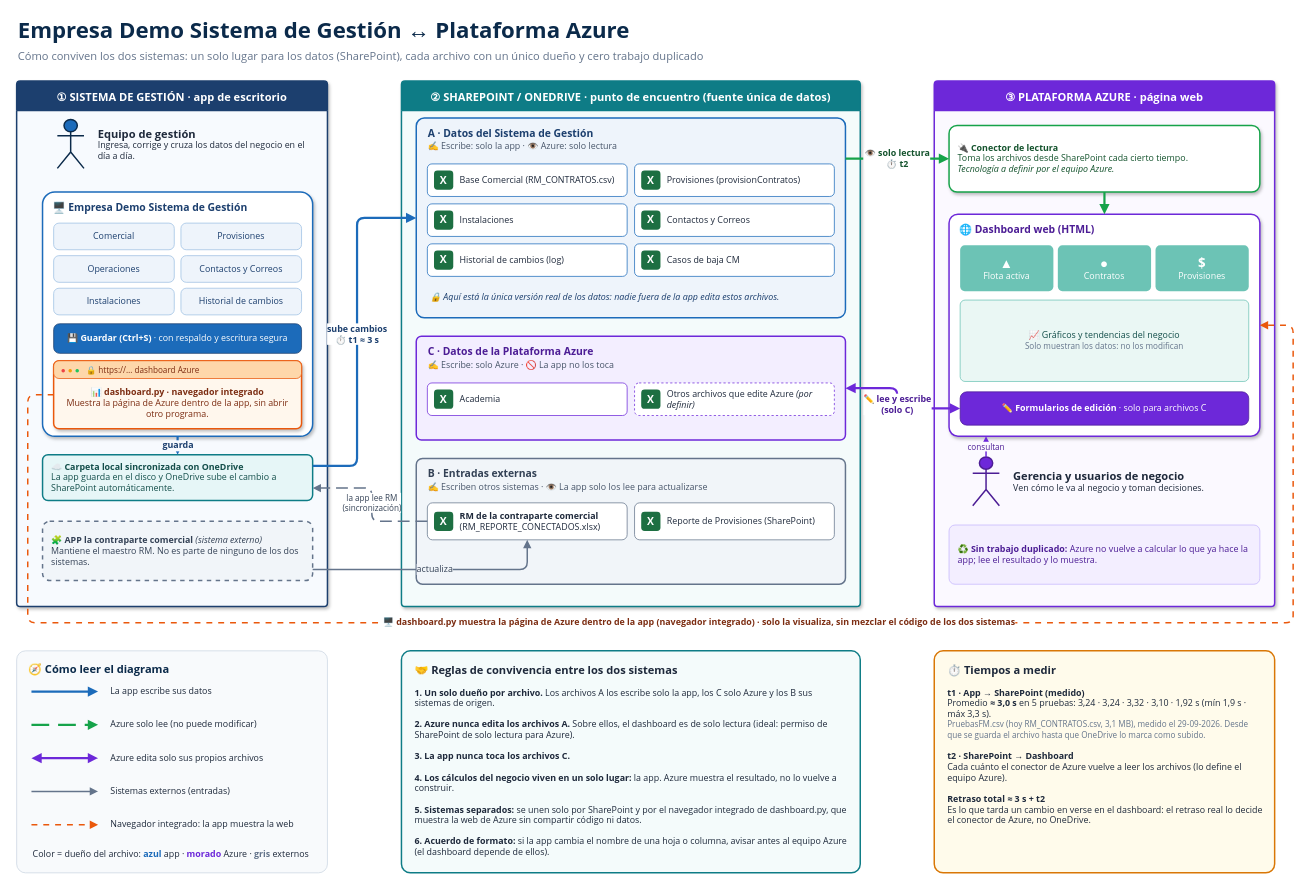
felipeMon20/PTY4614-302-EQUIPO-2 keeps this draw.io diagram as Fase 2/Evidencias Proyecto/Evidencias de documentación/diagramas/comunicacion_gestion_azure.drawio. Above is the earlier version. Source tidied: cells renumbered, new cells numbered last; positions are measured from the earlier drawing's top-left corner, leaving out a move shared by most shapes. Both pictures are drawn from the tidied source at 74%, with x=0, y=0 at pixel (16, 13).
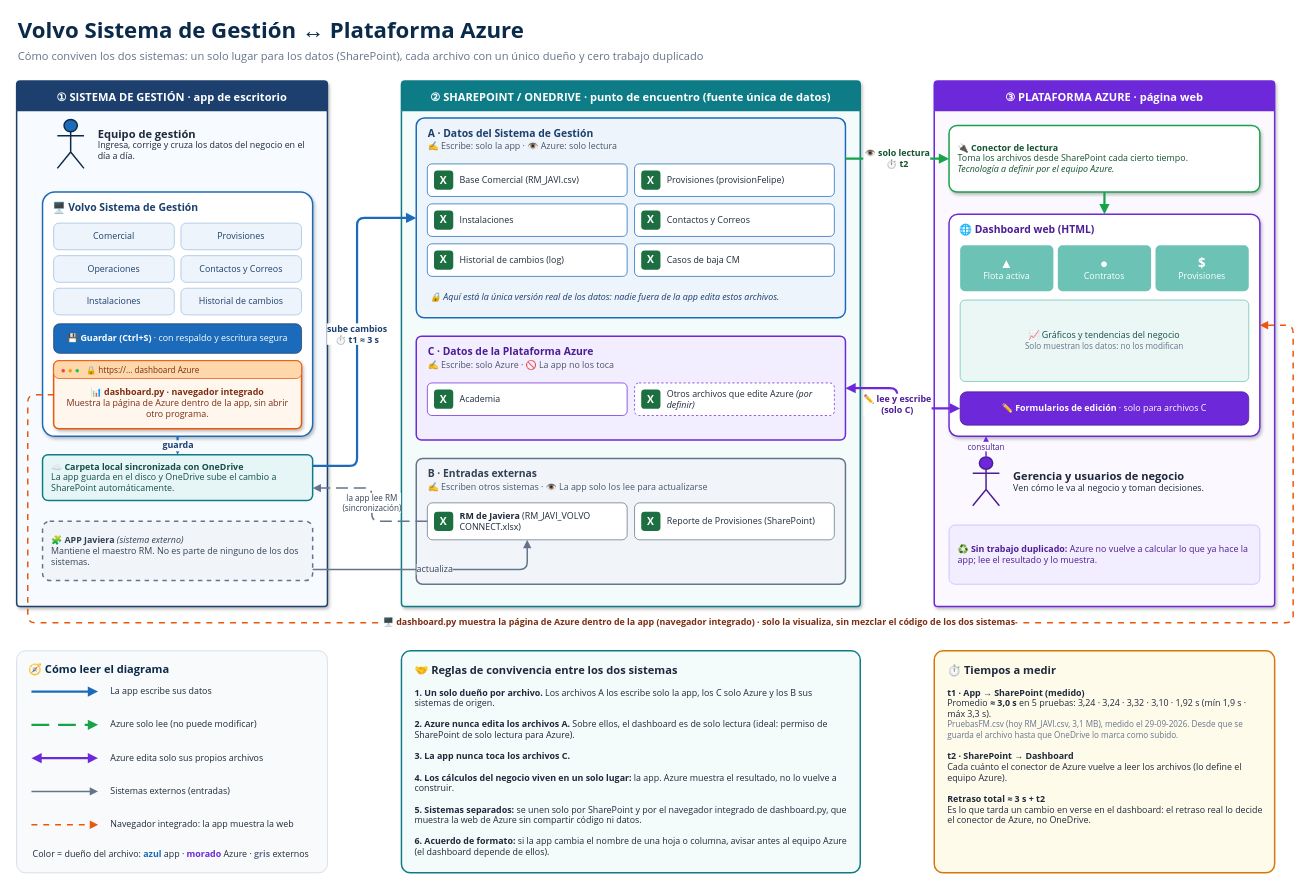
Above is the later version.

Diff of the diagram source:
```diff
@@
-    <mxCell id="2" value="&lt;b&gt;Empresa Demo Sistema de Gestión ↔ Plataforma Azure&lt;/b&gt;" style="text;html=1;align=left;verticalAlign=middle;fontSize=30;fontColor=#0B2A4A;fontFamily=Segoe UI;" parent="1" vertex="1">
+    <mxCell id="2" value="&lt;b&gt;Volvo Sistema de Gestión ↔ Plataforma Azure&lt;/b&gt;" style="text;html=1;align=left;verticalAlign=middle;fontSize=30;fontColor=#0B2A4A;fontFamily=Segoe UI;" parent="1" vertex="1">
       <mxGeometry width="1000" height="44" as="geometry" />
     </mxCell>
@@
-    <mxCell id="7" value="&lt;b&gt;🖥️ Empresa Demo Sistema de Gestión&lt;/b&gt;" style="rounded=1;arcSize=5;whiteSpace=wrap;html=1;fillColor=#FFFFFF;strokeColor=#1C6BBA;strokeWidth=2;align=left;verticalAlign=top;spacingLeft=12;spacingTop=6;fontSize=14;fontColor=#1C3F6E;fontFamily=Segoe UI;shadow=1;" parent="1" vertex="1">
+    <mxCell id="7" value="&lt;b&gt;🖥️ Volvo Sistema de Gestión&lt;/b&gt;" style="rounded=1;arcSize=5;whiteSpace=wrap;html=1;fillColor=#FFFFFF;strokeColor=#1C6BBA;strokeWidth=2;align=left;verticalAlign=top;spacingLeft=12;spacingTop=6;fontSize=14;fontColor=#1C3F6E;fontFamily=Segoe UI;shadow=1;" parent="1" vertex="1">
       <mxGeometry x="35" y="242" width="365" height="330" as="geometry" />
     </mxCell>
@@
-    <mxCell id="19" value="&lt;b&gt;🧩 APP la contraparte comercial&lt;/b&gt; &lt;i&gt;(sistema externo)&lt;/i&gt;&lt;br&gt;Mantiene el maestro RM. No es parte de ninguno de los dos sistemas." style="rounded=1;arcSize=12;whiteSpace=wrap;html=1;fillColor=#F1F5F9;strokeColor=#64748B;strokeWidth=2;dashed=1;align=left;spacingLeft=10;spacingRight=8;fontSize=12;fontColor=#334155;fontFamily=Segoe UI;" parent="1" vertex="1">
-      <mxGeometry x="35" y="687" width="365" height="80" as="geometry" />
-    </mxCell>
+    <mxCell id="79" value="&lt;b&gt;🧩 APP Javiera&lt;/b&gt; &lt;i&gt;(sistema externo)&lt;/i&gt;&lt;br&gt;Mantiene el maestro RM. No es parte de ninguno de los dos sistemas." style="rounded=1;arcSize=12;whiteSpace=wrap;html=1;fillColor=#F1F5F9;strokeColor=#64748B;strokeWidth=2;dashed=1;align=left;spacingLeft=10;spacingRight=8;fontSize=12;fontColor=#334155;fontFamily=Segoe UI;" parent="1" vertex="1">
+      <mxGeometry x="35" y="687" width="365" height="80" as="geometry" />
+    </mxCell>
@@
-    <mxCell id="22" value="Base Comercial (RM_CONTRATOS.csv)" style="rounded=1;arcSize=14;whiteSpace=wrap;html=1;fillColor=#FFFFFF;strokeColor=#1C6BBA;align=left;spacingLeft=42;fontSize=12;fontColor=#1E293B;fontFamily=Segoe UI;" parent="1" vertex="1">
+    <mxCell id="22" value="Base Comercial (RM_JAVI.csv)" style="rounded=1;arcSize=14;whiteSpace=wrap;html=1;fillColor=#FFFFFF;strokeColor=#1C6BBA;align=left;spacingLeft=42;fontSize=12;fontColor=#1E293B;fontFamily=Segoe UI;" parent="1" vertex="1">
       <mxGeometry x="555" y="204" width="270" height="44" as="geometry" />
     </mxCell>
@@
-    <mxCell id="24" value="Provisiones (provisionContratos)" style="rounded=1;arcSize=14;whiteSpace=wrap;html=1;fillColor=#FFFFFF;strokeColor=#1C6BBA;align=left;spacingLeft=42;fontSize=12;fontColor=#1E293B;fontFamily=Segoe UI;" parent="1" vertex="1">
+    <mxCell id="24" value="Provisiones (provisionFelipe)" style="rounded=1;arcSize=14;whiteSpace=wrap;html=1;fillColor=#FFFFFF;strokeColor=#1C6BBA;align=left;spacingLeft=42;fontSize=12;fontColor=#1E293B;fontFamily=Segoe UI;" parent="1" vertex="1">
       <mxGeometry x="835" y="204" width="270" height="44" as="geometry" />
     </mxCell>
@@
-    <mxCell id="41" value="&lt;b&gt;RM de la contraparte comercial&lt;/b&gt; (RM_REPORTE_CONECTADOS.xlsx)" style="rounded=1;arcSize=14;whiteSpace=wrap;html=1;fillColor=#FFFFFF;strokeColor=#64748B;align=left;spacingLeft=42;fontSize=12;fontColor=#1E293B;fontFamily=Segoe UI;" parent="1" vertex="1">
+    <mxCell id="41" value="&lt;b&gt;RM de Javiera&lt;/b&gt; (RM_JAVI_VOLVO CONNECT.xlsx)" style="rounded=1;arcSize=14;whiteSpace=wrap;html=1;fillColor=#FFFFFF;strokeColor=#64748B;align=left;spacingLeft=42;fontSize=12;fontColor=#1E293B;fontFamily=Segoe UI;" parent="1" vertex="1">
       <mxGeometry x="555" y="662" width="270" height="50" as="geometry" />
     </mxCell>
@@
-    <mxCell id="58" value="actualiza" style="edgeStyle=orthogonalEdgeStyle;rounded=1;html=1;strokeColor=#64748B;strokeWidth=2;endArrow=block;endFill=1;fontSize=12;fontColor=#334155;fontFamily=Segoe UI;labelBackgroundColor=#F1F5F9;exitX=1;exitY=0.8125;entryX=0.5;entryY=1;" parent="1" edge="1" source="19" target="41">
+    <mxCell id="58" value="actualiza" style="edgeStyle=orthogonalEdgeStyle;rounded=1;html=1;strokeColor=#64748B;strokeWidth=2;endArrow=block;endFill=1;fontSize=12;fontColor=#334155;fontFamily=Segoe UI;labelBackgroundColor=#F1F5F9;exitX=1;exitY=0.8125;entryX=0.5;entryY=1;" parent="1" edge="1" source="79" target="41">
       <mxGeometry relative="1" as="geometry">
         <Array as="points">
           <mxPoint x="690" y="752" />
         </Array>
       </mxGeometry>
     </mxCell>
@@
-    <mxCell id="78" value="&lt;b&gt;&lt;font style=&quot;font-size:15px&quot;&gt;⏱️ Tiempos a medir&lt;/font&gt;&lt;/b&gt;&lt;br&gt;&lt;br&gt;&lt;b&gt;t1 · App → SharePoint (medido)&lt;/b&gt;&lt;br&gt;Promedio &lt;b&gt;≈ 3,0 s&lt;/b&gt; en 5 pruebas: 3,24 · 3,24 · 3,32 · 3,10 · 1,92 s (mín 1,9 s · máx 3,3 s).&lt;br&gt;&lt;span style=&quot;font-size:11px;color:#64748B&quot;&gt;PruebasFM.csv (hoy RM_CONTRATOS.csv, 3,1 MB), medido el 29-09-2026. Desde que se guarda el archivo hasta que OneDrive lo marca como subido.&lt;/span&gt;&lt;br&gt;&lt;br&gt;&lt;b&gt;t2 · SharePoint → Dashboard&lt;/b&gt;&lt;br&gt;Cada cuánto el conector de Azure vuelve a leer los archivos (lo define el equipo Azure).&lt;br&gt;&lt;br&gt;&lt;b&gt;Retraso total ≈ 3 s + t2&lt;/b&gt;&lt;br&gt;Es lo que tarda un cambio en verse en el dashboard: el retraso real lo decide el conector de Azure, no OneDrive." style="rounded=1;arcSize=4;whiteSpace=wrap;html=1;fillColor=#FFFBEB;strokeColor=#D97706;strokeWidth=2;align=left;verticalAlign=top;spacingLeft=16;spacingRight=14;spacingTop=10;fontSize=12;fontColor=#1E293B;fontFamily=Segoe UI;" parent="1" vertex="1">
+    <mxCell id="78" value="&lt;b&gt;&lt;font style=&quot;font-size:15px&quot;&gt;⏱️ Tiempos a medir&lt;/font&gt;&lt;/b&gt;&lt;br&gt;&lt;br&gt;&lt;b&gt;t1 · App → SharePoint (medido)&lt;/b&gt;&lt;br&gt;Promedio &lt;b&gt;≈ 3,0 s&lt;/b&gt; en 5 pruebas: 3,24 · 3,24 · 3,32 · 3,10 · 1,92 s (mín 1,9 s · máx 3,3 s).&lt;br&gt;&lt;span style=&quot;font-size:11px;color:#64748B&quot;&gt;PruebasFM.csv (hoy RM_JAVI.csv, 3,1 MB), medido el 29-09-2026. Desde que se guarda el archivo hasta que OneDrive lo marca como subido.&lt;/span&gt;&lt;br&gt;&lt;br&gt;&lt;b&gt;t2 · SharePoint → Dashboard&lt;/b&gt;&lt;br&gt;Cada cuánto el conector de Azure vuelve a leer los archivos (lo define el equipo Azure).&lt;br&gt;&lt;br&gt;&lt;b&gt;Retraso total ≈ 3 s + t2&lt;/b&gt;&lt;br&gt;Es lo que tarda un cambio en verse en el dashboard: el retraso real lo decide el conector de Azure, no OneDrive." style="rounded=1;arcSize=4;whiteSpace=wrap;html=1;fillColor=#FFFBEB;strokeColor=#D97706;strokeWidth=2;align=left;verticalAlign=top;spacingLeft=16;spacingRight=14;spacingTop=10;fontSize=12;fontColor=#1E293B;fontFamily=Segoe UI;" parent="1" vertex="1">
       <mxGeometry x="1240" y="862" width="460" height="300" as="geometry" />
     </mxCell>
```
